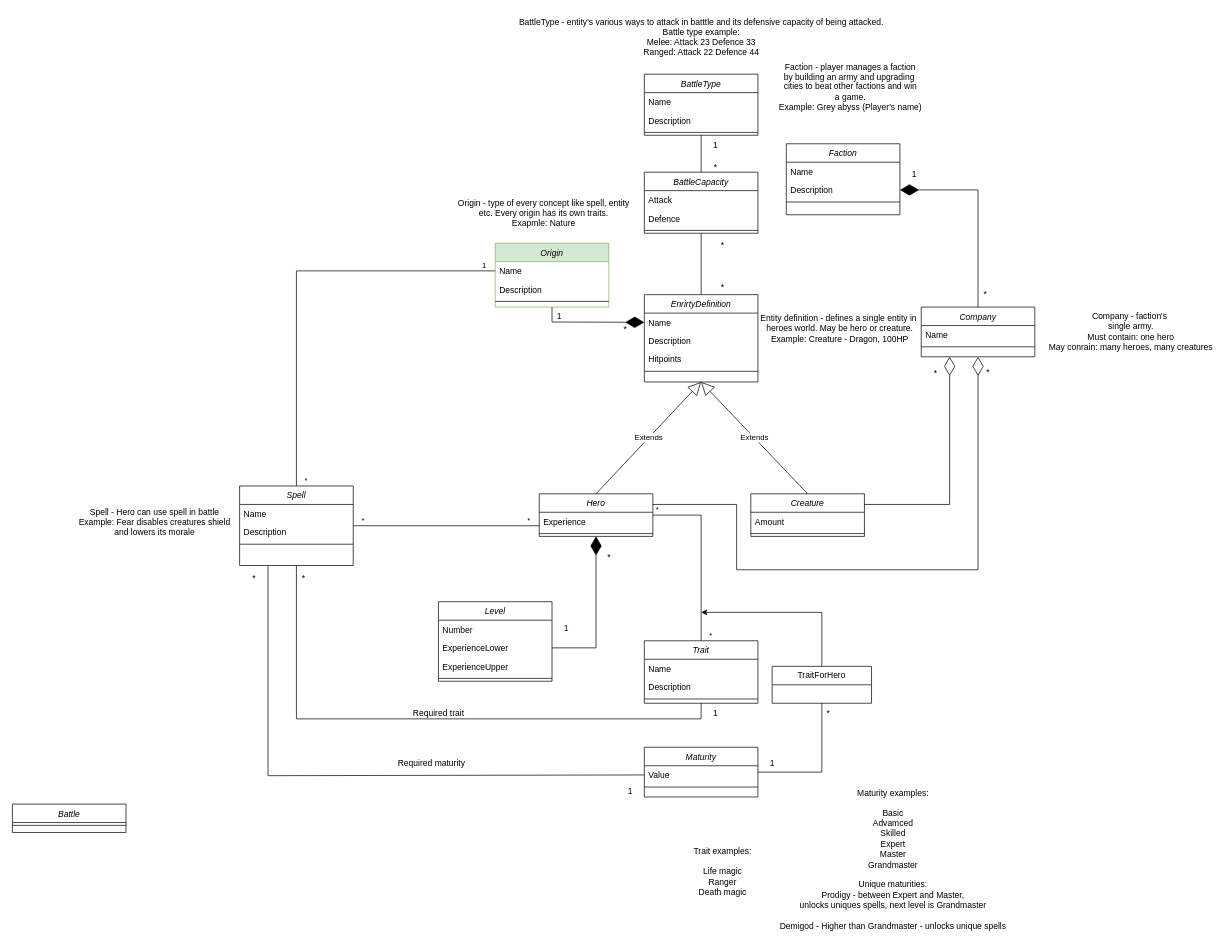
Before: documentation/heroes-overview.drawio in petar111/heroes-system, a draw.io diagram. Source tidied: cells renumbered, new cells numbered last; positions are measured from the earlier drawing's top-left corner, leaving out a move shared by most shapes. Both pictures are drawn from the tidied source at 71%, with x=0, y=0 at pixel (12, 12).
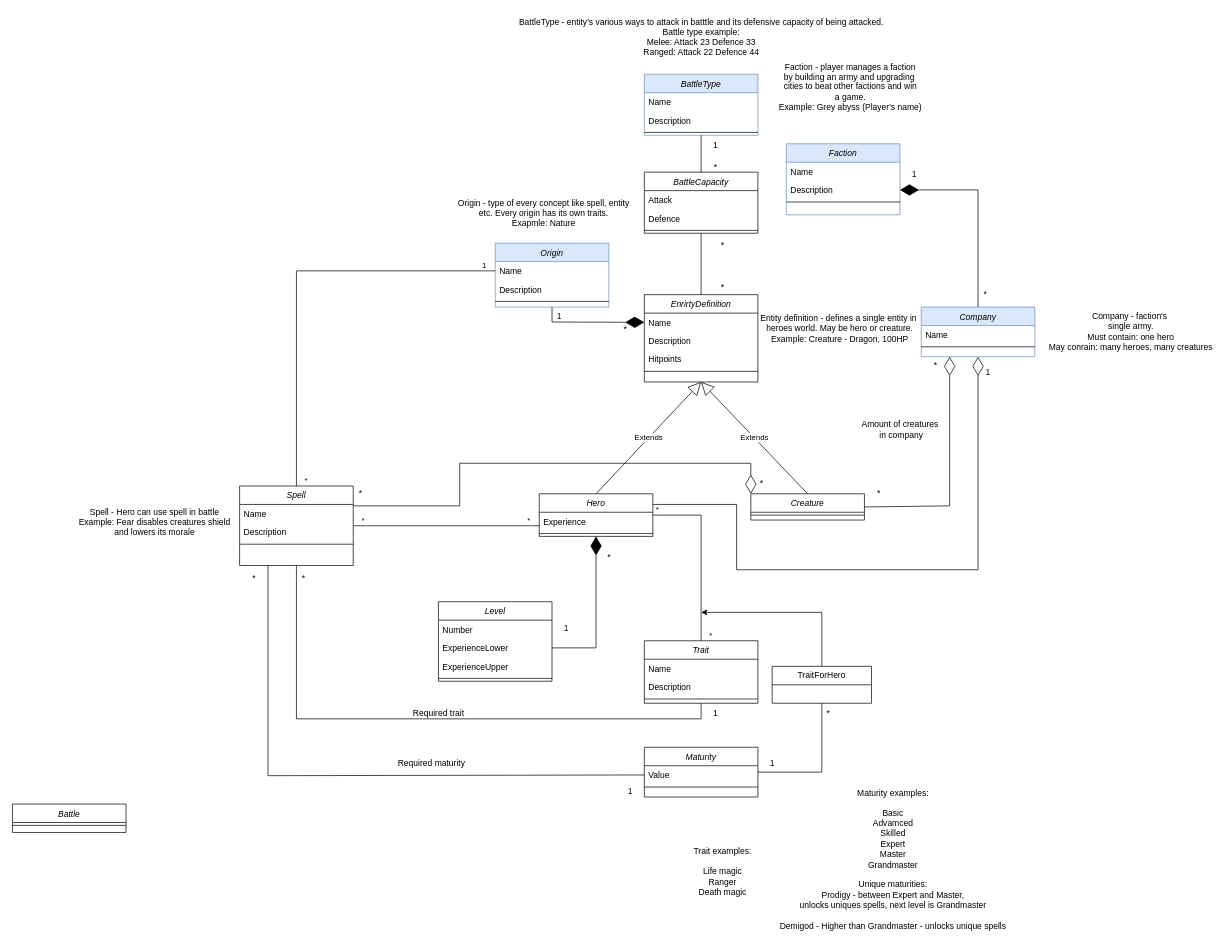
After the change.

The change refers to these unchanged cells:
```xml
<mxCell id="15" value="Spell" style="swimlane;fontStyle=2;align=center;verticalAlign=top;horizontal=1;startSize=26;rounded=0;shadow=0;strokeWidth=1;" parent="1" vertex="1">
  <mxGeometry x="320" y="667" width="160" height="112" as="geometry" />
</mxCell>
```

What changed in the source:
```diff
@@
-    <mxCell id="5" value="Origin" style="swimlane;fontStyle=2;align=center;verticalAlign=top;horizontal=1;startSize=26;rounded=0;shadow=0;strokeWidth=1;fillColor=#d5e8d4;strokeColor=#82b366;" parent="1" vertex="1">
+    <mxCell id="5" value="Origin" style="swimlane;fontStyle=2;align=center;verticalAlign=top;horizontal=1;startSize=26;rounded=0;shadow=0;strokeWidth=1;fillColor=#dae8fc;strokeColor=#6c8ebf;" parent="1" vertex="1">
       <mxGeometry x="680" y="325" width="160" height="90" as="geometry" />
     </mxCell>
@@
     <mxCell id="12" value="Creature" style="swimlane;fontStyle=2;align=center;verticalAlign=top;horizontal=1;startSize=26;rounded=0;shadow=0;strokeWidth=1;" parent="1" vertex="1">
-      <mxGeometry x="1040" y="678" width="160" height="60" as="geometry" />
+      <mxGeometry x="1040" y="678" width="160" height="37" as="geometry" />
     </mxCell>
-    <mxCell id="13" value="Amount" style="text;align=left;verticalAlign=top;spacingLeft=4;spacingRight=4;overflow=hidden;" parent="12" vertex="1">
-      <mxGeometry y="26" width="160" height="26" as="geometry" />
-    </mxCell>
     <mxCell id="14" style="line;html=1;strokeWidth=1;align=left;verticalAlign=middle;spacingTop=-1;spacingLeft=3;spacingRight=3;labelPosition=right;" parent="12" vertex="1">
-      <mxGeometry y="52" width="160" height="8" as="geometry" />
+      <mxGeometry y="26" width="160" height="8" as="geometry" />
     </mxCell>
@@
-    <mxCell id="44" value="Company" style="swimlane;fontStyle=2;align=center;verticalAlign=top;horizontal=1;startSize=26;rounded=0;shadow=0;strokeWidth=1;" parent="1" vertex="1">
+    <mxCell id="44" value="Company" style="swimlane;fontStyle=2;align=center;verticalAlign=top;horizontal=1;startSize=26;rounded=0;shadow=0;strokeWidth=1;fillColor=#dae8fc;strokeColor=#6c8ebf;" parent="1" vertex="1">
       <mxGeometry x="1280" y="415" width="160" height="70" as="geometry" />
     </mxCell>
@@
-    <mxCell id="47" value="Faction" style="swimlane;fontStyle=2;align=center;verticalAlign=top;horizontal=1;startSize=26;rounded=0;shadow=0;strokeWidth=1;" parent="1" vertex="1">
+    <mxCell id="47" value="Faction" style="swimlane;fontStyle=2;align=center;verticalAlign=top;horizontal=1;startSize=26;rounded=0;shadow=0;strokeWidth=1;fillColor=#dae8fc;strokeColor=#6c8ebf;" parent="1" vertex="1">
       <mxGeometry x="1090" y="185" width="160" height="100" as="geometry" />
     </mxCell>
@@
-    <mxCell id="80" value="BattleType" style="swimlane;fontStyle=2;align=center;verticalAlign=top;horizontal=1;startSize=26;rounded=0;shadow=0;strokeWidth=1;" parent="1" vertex="1">
+    <mxCell id="80" value="BattleType" style="swimlane;fontStyle=2;align=center;verticalAlign=top;horizontal=1;startSize=26;rounded=0;shadow=0;strokeWidth=1;fillColor=#dae8fc;strokeColor=#6c8ebf;" parent="1" vertex="1">
       <mxGeometry x="890" y="87" width="160" height="86" as="geometry" />
     </mxCell>
@@
-    <mxCell id="87" style="endArrow=diamondThin;endFill=0;endSize=24;html=1;rounded=0;entryX=0.25;entryY=1;entryDx=0;entryDy=0;exitX=1;exitY=0.25;exitDx=0;exitDy=0;" parent="1" edge="1" source="12" target="44">
-      <mxGeometry relative="1" as="geometry">
-        <Array as="points">
-          <mxPoint x="1320" y="693" />
-        </Array>
-      </mxGeometry>
-    </mxCell>
@@
-    <mxCell id="89" value="*" style="text;html=1;align=center;verticalAlign=middle;strokeColor=none;fillColor=none;" parent="1" vertex="1">
-      <mxGeometry x="1285" y="493" width="30" height="30" as="geometry" />
-    </mxCell>
-    <mxCell id="90" value="*" style="text;html=1;align=center;verticalAlign=middle;strokeColor=none;fillColor=none;" parent="1" vertex="1">
+    <mxCell id="90" value="1" style="text;html=1;align=center;verticalAlign=middle;strokeColor=none;fillColor=none;" parent="1" vertex="1">
       <mxGeometry x="1359" y="492" width="30" height="30" as="geometry" />
     </mxCell>
@@
+    <mxCell id="101" value="*" style="text;html=1;align=center;verticalAlign=middle;strokeColor=none;fillColor=none;" parent="1" vertex="1">
+      <mxGeometry x="1285" y="483" width="30" height="30" as="geometry" />
+    </mxCell>
+    <mxCell id="102" value="*" style="text;html=1;align=center;verticalAlign=middle;strokeColor=none;fillColor=none;" parent="1" vertex="1">
+      <mxGeometry x="1205" y="663" width="30" height="30" as="geometry" />
+    </mxCell>
+    <mxCell id="87" style="endArrow=diamondThin;endFill=0;endSize=24;html=1;rounded=0;entryX=0.25;entryY=1;entryDx=0;entryDy=0;exitX=1;exitY=0.5;exitDx=0;exitDy=0;" parent="1" edge="1" source="12" target="44">
+      <mxGeometry relative="1" as="geometry">
+        <Array as="points">
+          <mxPoint x="1320" y="695" />
+        </Array>
+      </mxGeometry>
+    </mxCell>
+    <mxCell id="103" value="Amount of creatures&lt;br&gt;&amp;nbsp;in company" style="text;html=1;align=center;verticalAlign=middle;strokeColor=none;fillColor=none;" parent="1" vertex="1">
+      <mxGeometry x="1185" y="568" width="130" height="40" as="geometry" />
+    </mxCell>
+    <mxCell id="104" style="endArrow=diamondThin;endFill=0;endSize=24;html=1;rounded=0;entryX=0;entryY=0;entryDx=0;entryDy=0;exitX=1;exitY=0.25;exitDx=0;exitDy=0;" parent="1" edge="1" source="15" target="12">
+      <mxGeometry relative="1" as="geometry">
+        <Array as="points">
+          <mxPoint x="630" y="695" />
+          <mxPoint x="630" y="635" />
+          <mxPoint x="1040" y="635" />
+        </Array>
+      </mxGeometry>
+    </mxCell>
+    <mxCell id="105" value="*" style="text;html=1;align=center;verticalAlign=middle;strokeColor=none;fillColor=none;" parent="1" vertex="1">
+      <mxGeometry x="475" y="663" width="30" height="30" as="geometry" />
+    </mxCell>
+    <mxCell id="106" value="*" style="text;html=1;align=center;verticalAlign=middle;strokeColor=none;fillColor=none;" parent="1" vertex="1">
+      <mxGeometry x="1040" y="648" width="30" height="30" as="geometry" />
+    </mxCell>
```
